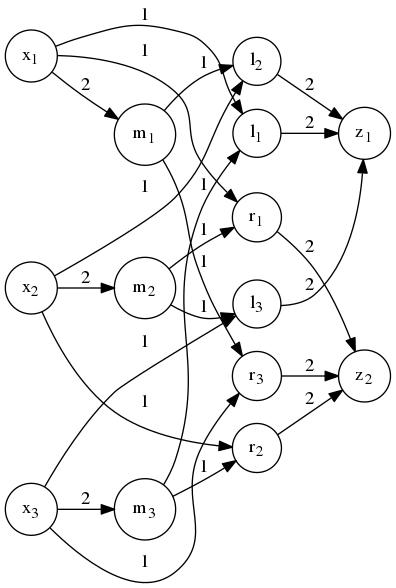
This is p1/mcculloch-pitts.png from Serede/neuro-1718, a Graphviz export, as it was before one commit. Its source is kept beside it as p1/mcculloch-pitts.dot.
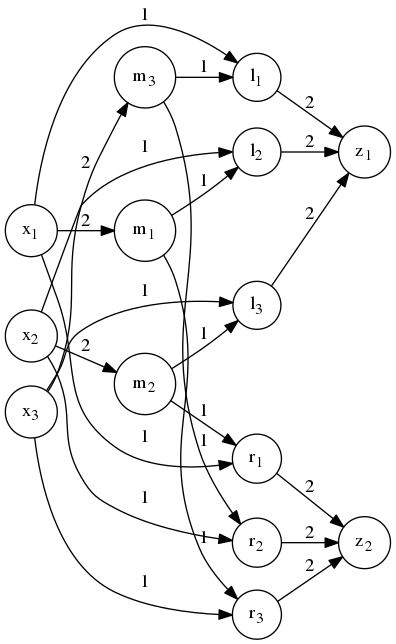
The same file after the commit.

Commit message:
Dealing with graph issues

What changed in the source:
```diff
@@ -3,24 +3,24 @@
 
 	node [shape = circle];
 
-	x_1 [label = <x<SUB>1</SUB>>]
-	x_2 [label = <x<SUB>2</SUB>>]
-	x_3 [label = <x<SUB>3</SUB>>]
+	x_1 [label = <x<SUB>1</SUB>>, group=main]
+	x_2 [label = <x<SUB>2</SUB>>, group=main]
+	x_3 [label = <x<SUB>3</SUB>>, group=main]
 
 	m_1 [label = <m<SUB>1</SUB>>]
 	m_2 [label = <m<SUB>2</SUB>>]
 	m_3 [label = <m<SUB>3</SUB>>]
 
-	l_1 [label = <l<SUB>1</SUB>>]
-	l_2 [label = <l<SUB>2</SUB>>]
-	l_3 [label = <l<SUB>3</SUB>>]
+	l_1 [label = <l<SUB>1</SUB>>, group=main]
+	l_2 [label = <l<SUB>2</SUB>>, group=main]
+	l_3 [label = <l<SUB>3</SUB>>, group=main]
 
-	r_1 [label = <r<SUB>1</SUB>>]
-	r_2 [label = <r<SUB>2</SUB>>]
-	r_3 [label = <r<SUB>3</SUB>>]
+	r_1 [label = <r<SUB>1</SUB>>, group=main]
+	r_2 [label = <r<SUB>2</SUB>>, group=main]
+	r_3 [label = <r<SUB>3</SUB>>, group=main]
 
-	z_1 [label = <z<SUB>1</SUB>>]
-	z_2 [label = <z<SUB>2</SUB>>]
+	z_1 [label = <z<SUB>1</SUB>>, group=main]
+	z_2 [label = <z<SUB>2</SUB>>, group=main]
 
 	x_1 -> 	m_1 [ label = 2 ]
 	x_2 -> 	m_2 [ label = 2 ]
```
